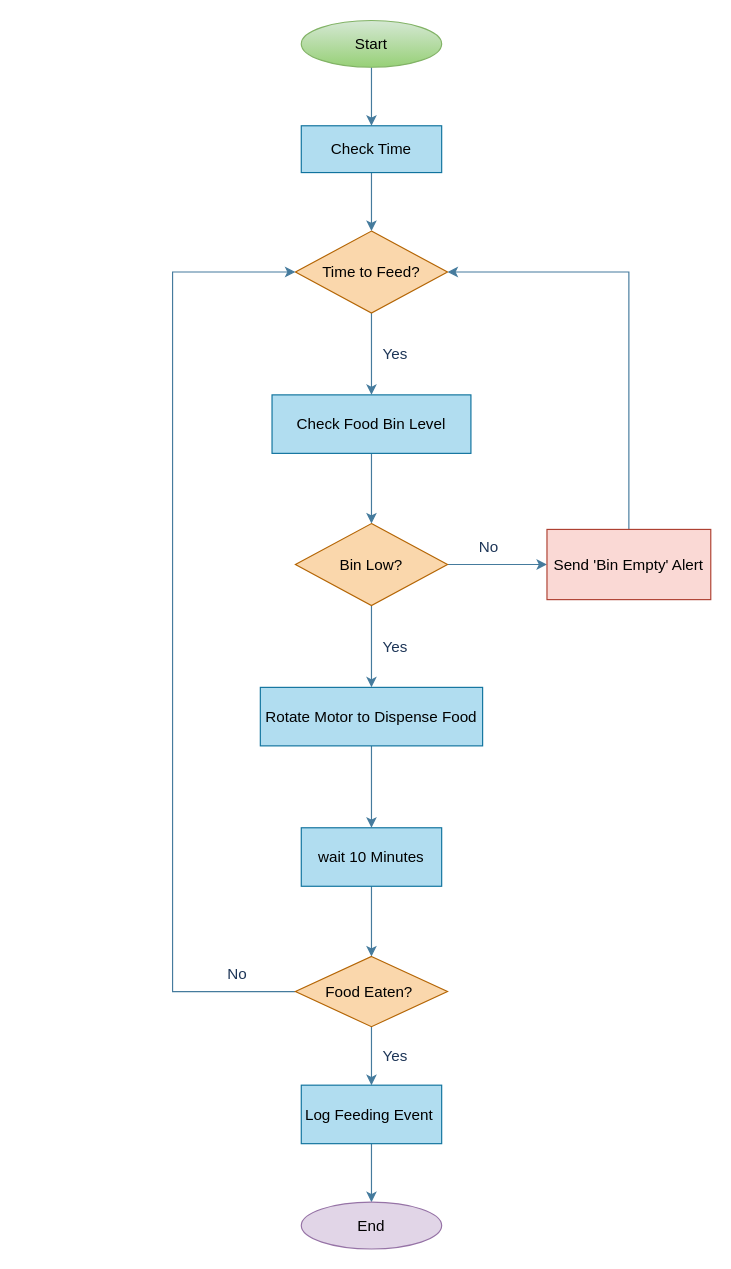
Earlier version of the draw.io diagram u3305557_Assignment1/Step3_Flowchart/Flow chart.drawio (Pranita-02/pet-feeder-project). Source tidied: cells renumbered, new cells numbered last; positions are measured from the earlier drawing's top-left corner, leaving out a move shared by most shapes. Both pictures are drawn from the tidied source at 117%, with x=0, y=0 at pixel (172, 20).
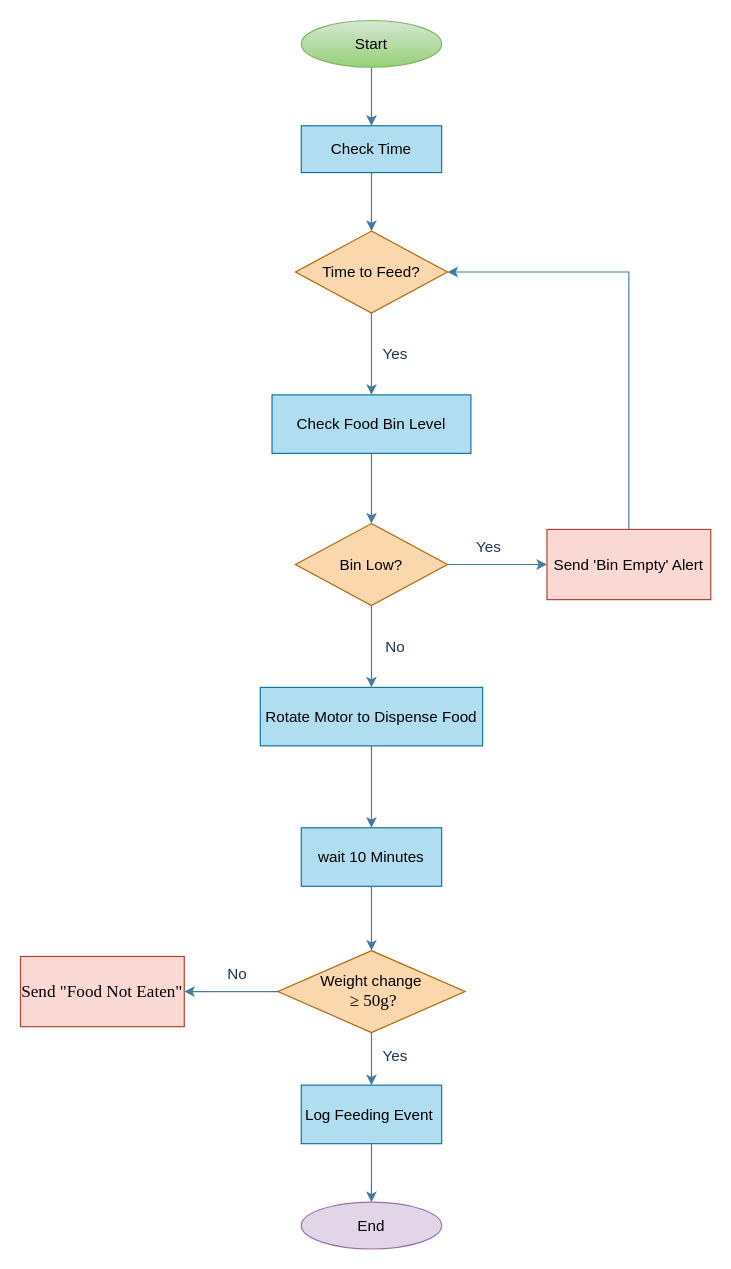
Above is the later version.

Commit message (it also covers changes not shown here):
Changed the flowchart logic based on the word code

Unchanged cells that the change refers to:
```xml
<mxCell id="7" value="Time to Feed?" style="rhombus;whiteSpace=wrap;html=1;rounded=0;labelBackgroundColor=none;fillColor=#fad7ac;strokeColor=#b46504;fontSize=13;" parent="1" vertex="1">
  <mxGeometry x="105" y="180" width="130" height="70" as="geometry" />
</mxCell>
```

Change to the diagram source:
```diff
@@
-<mxGraphModel background="#ffffff">
+<mxGraphModel>
@@
-    <mxCell id="18" style="edgeStyle=orthogonalEdgeStyle;rounded=0;jettySize=auto;html=1;exitX=0;exitY=0.5;exitDx=0;exitDy=0;entryX=0;entryY=0.5;entryDx=0;entryDy=0;labelBackgroundColor=none;fontColor=default;strokeColor=#457B9D;fontSize=13;" parent="1" edge="1" source="19" target="7">
-      <mxGeometry relative="1" as="geometry">
-        <Array as="points">
-          <mxPoint y="830" />
-          <mxPoint y="215" />
-        </Array>
-      </mxGeometry>
-    </mxCell>
+    <mxCell id="31" style="edgeStyle=orthogonalEdgeStyle;rounded=0;jettySize=auto;html=1;strokeColor=#457B9D;fontColor=#1D3557;fillColor=#A8DADC;" parent="1" edge="1" source="19" target="32">
+      <mxGeometry relative="1" as="geometry" />
+    </mxCell>
-    <mxCell id="19" value="Food Eaten?&amp;nbsp;" style="rhombus;whiteSpace=wrap;html=1;rounded=0;labelBackgroundColor=none;fillColor=#fad7ac;strokeColor=#b46504;fontSize=13;" parent="1" vertex="1">
-      <mxGeometry x="105" y="800" width="130" height="60" as="geometry" />
+    <mxCell id="19" value="Weight change&lt;div&gt;&amp;nbsp;&lt;span id=&quot;docs-internal-guid-898e7c09-7fff-0229-78a2-da0cc0370555&quot;&gt;&lt;span style=&quot;font-size: 11pt; font-family: &amp;quot;Times New Roman&amp;quot;, serif; background-color: transparent; font-variant-numeric: normal; font-variant-east-asian: normal; font-variant-alternates: normal; font-variant-position: normal; font-variant-emoji: normal; vertical-align: baseline; white-space-collapse: preserve;&quot;&gt;≥ 50g?&lt;/span&gt;&lt;/span&gt;&lt;/div&gt;" style="rhombus;whiteSpace=wrap;html=1;rounded=0;labelBackgroundColor=none;fillColor=#fad7ac;strokeColor=#b46504;fontSize=13;" parent="1" vertex="1">
+      <mxGeometry x="90" y="795" width="160" height="70" as="geometry" />
     </mxCell>
@@
-    <mxCell id="25" value="Yes" style="text;html=1;align=center;verticalAlign=middle;strokeColor=none;fillColor=none;rounded=0;labelBackgroundColor=none;fontColor=#1D3557;fontSize=13;" parent="1" vertex="1">
+    <mxCell id="25" value="No" style="text;html=1;align=center;verticalAlign=middle;strokeColor=none;fillColor=none;rounded=0;labelBackgroundColor=none;fontColor=#1D3557;fontSize=13;" parent="1" vertex="1">
       <mxGeometry x="170" y="520" width="40" height="30" as="geometry" />
     </mxCell>
-    <mxCell id="26" value="No" style="text;html=1;align=center;verticalAlign=middle;strokeColor=none;fillColor=none;rounded=0;labelBackgroundColor=none;fontColor=#1D3557;fontSize=13;" parent="1" vertex="1">
+    <mxCell id="26" value="Yes" style="text;html=1;align=center;verticalAlign=middle;strokeColor=none;fillColor=none;rounded=0;labelBackgroundColor=none;fontColor=#1D3557;fontSize=13;" parent="1" vertex="1">
       <mxGeometry x="250" y="435" width="40" height="30" as="geometry" />
     </mxCell>
@@
+    <mxCell id="32" value="&lt;div style=&quot;text-align: left;&quot;&gt;&lt;span style=&quot;background-color: transparent; color: light-dark(rgb(0, 0, 0), rgb(255, 255, 255)); font-size: 14.6667px; white-space-collapse: preserve;&quot;&gt;&lt;font face=&quot;Times New Roman, serif&quot;&gt;Send &quot;&lt;/font&gt;&lt;/span&gt;&lt;span style=&quot;font-family: &amp;quot;Times New Roman&amp;quot;, serif; font-size: 14.6667px; white-space-collapse: preserve; background-color: transparent; color: light-dark(rgb(0, 0, 0), rgb(255, 255, 255));&quot;&gt;Food Not Eaten&lt;/span&gt;&lt;span style=&quot;font-family: &amp;quot;Times New Roman&amp;quot;, serif; background-color: transparent; color: light-dark(rgb(0, 0, 0), rgb(255, 255, 255)); font-size: 14.6667px; white-space-collapse: preserve;&quot;&gt;&quot;&lt;/span&gt;&lt;/div&gt;" style="rounded=0;whiteSpace=wrap;html=1;labelBackgroundColor=none;fillColor=#fad9d5;strokeColor=#ae4132;fontSize=13;" parent="1" vertex="1">
+      <mxGeometry x="-130" y="800" width="140" height="60" as="geometry" />
+    </mxCell>
```
